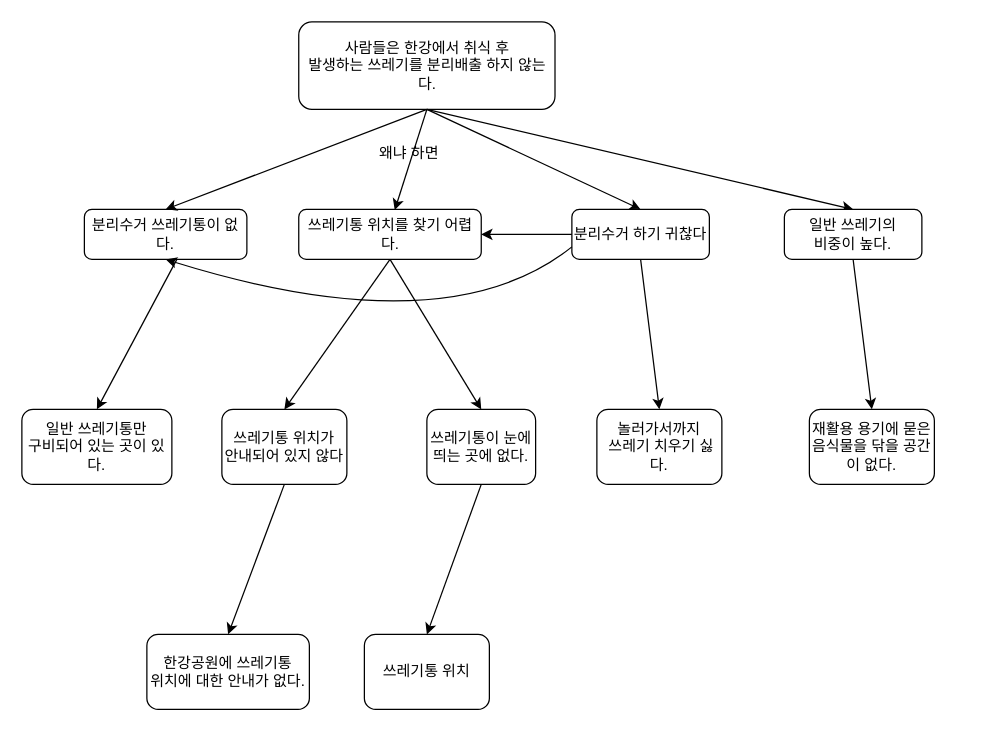
The draw.io diagram Untitled Diagram.drawio in shoeone96/QualitativeResearch, before the edit. Source tidied: cells renumbered, new cells numbered last; positions are measured from the earlier drawing's top-left corner, leaving out a move shared by most shapes. Both pictures are drawn from the tidied source at 125%, with x=0, y=0 at pixel (21, 21).
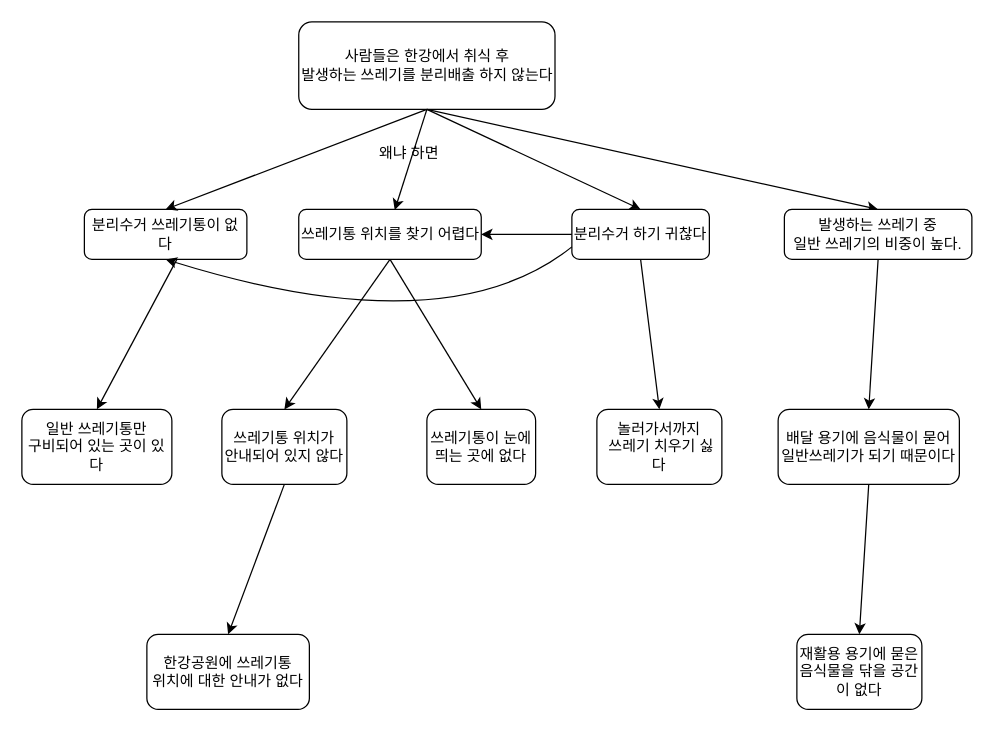
The same page after the edit.

The edit, as a diff of the source:
```diff
@@
-    <mxCell id="2" value="사람들은 한강에서 취식 후 &lt;br&gt;발생하는 쓰레기를 분리배출 하지 않는다." style="rounded=1;whiteSpace=wrap;html=1;fontSize=12;glass=0;strokeWidth=1;shadow=0;" parent="1" vertex="1">
+    <mxCell id="2" value="사람들은 한강에서 취식 후 &lt;br&gt;발생하는 쓰레기를 분리배출 하지 않는다" style="rounded=1;whiteSpace=wrap;html=1;fontSize=12;glass=0;strokeWidth=1;shadow=0;" parent="1" vertex="1">
       <mxGeometry x="221.5" width="205" height="70" as="geometry" />
     </mxCell>
-    <mxCell id="3" value="분리수거 쓰레기통이 없다." style="rounded=1;whiteSpace=wrap;html=1;fontSize=12;glass=0;strokeWidth=1;shadow=0;" parent="1" vertex="1">
+    <mxCell id="3" value="분리수거 쓰레기통이 없다" style="rounded=1;whiteSpace=wrap;html=1;fontSize=12;glass=0;strokeWidth=1;shadow=0;" parent="1" vertex="1">
       <mxGeometry x="50" y="150" width="130" height="40" as="geometry" />
     </mxCell>
-    <mxCell id="4" value="쓰레기통 위치를 찾기 어렵다." style="rounded=1;whiteSpace=wrap;html=1;fontSize=12;glass=0;strokeWidth=1;shadow=0;" parent="1" vertex="1">
+    <mxCell id="4" value="쓰레기통 위치를 찾기 어렵다" style="rounded=1;whiteSpace=wrap;html=1;fontSize=12;glass=0;strokeWidth=1;shadow=0;" parent="1" vertex="1">
       <mxGeometry x="221.5" y="150" width="146" height="40" as="geometry" />
     </mxCell>
@@
-    <mxCell id="12" value="쓰레기통이 눈에 띄는 곳에 없다." style="rounded=1;whiteSpace=wrap;html=1;" parent="1" vertex="1">
+    <mxCell id="12" value="쓰레기통이 눈에 띄는 곳에 없다" style="rounded=1;whiteSpace=wrap;html=1;" parent="1" vertex="1">
       <mxGeometry x="324" y="310" width="87" height="60" as="geometry" />
     </mxCell>
@@
-    <mxCell id="14" value="놀러가서까지&lt;br&gt;&amp;nbsp;쓰레기 치우기 싫다." style="rounded=1;whiteSpace=wrap;html=1;" parent="1" vertex="1">
+    <mxCell id="14" value="놀러가서까지&lt;br&gt;&amp;nbsp;쓰레기 치우기 싫다" style="rounded=1;whiteSpace=wrap;html=1;" parent="1" vertex="1">
       <mxGeometry x="460" y="310" width="100" height="60" as="geometry" />
     </mxCell>
@@
-    <mxCell id="18" value="일반 쓰레기통만 &lt;br&gt;구비되어 있는 곳이 있다." style="rounded=1;whiteSpace=wrap;html=1;" parent="1" vertex="1">
+    <mxCell id="18" value="일반 쓰레기통만 &lt;br&gt;구비되어 있는 곳이 있다" style="rounded=1;whiteSpace=wrap;html=1;" parent="1" vertex="1">
       <mxGeometry y="310" width="120" height="60" as="geometry" />
     </mxCell>
@@
-    <mxCell id="21" value="일반 쓰레기의 &lt;br&gt;비중이 높다." style="rounded=1;whiteSpace=wrap;html=1;fontSize=12;glass=0;strokeWidth=1;shadow=0;" parent="1" vertex="1">
-      <mxGeometry x="610" y="150" width="110" height="40" as="geometry" />
+    <mxCell id="21" value="발생하는 쓰레기 중 &lt;br&gt;일반 쓰레기의 비중이 높다." style="rounded=1;whiteSpace=wrap;html=1;fontSize=12;glass=0;strokeWidth=1;shadow=0;" parent="1" vertex="1">
+      <mxGeometry x="610" y="150" width="150" height="40" as="geometry" />
     </mxCell>
-    <mxCell id="22" style="endArrow=classic;html=1;rounded=0;entryX=0.5;entryY=0;entryDx=0;entryDy=0;exitX=0.5;exitY=1;exitDx=0;exitDy=0;" parent="1" edge="1" target="23">
-      <mxGeometry relative="1" as="geometry">
-        <mxPoint x="665" y="190" as="sourcePoint" />
-      </mxGeometry>
+    <mxCell id="22" style="endArrow=classic;html=1;rounded=0;exitX=0.5;exitY=1;exitDx=0;exitDy=0;entryX=0.5;entryY=0;entryDx=0;entryDy=0;" parent="1" edge="1" source="21" target="28">
+      <mxGeometry relative="1" as="geometry" />
     </mxCell>
-    <mxCell id="23" value="재활용 용기에 묻은 음식물을 닦을 공간이 없다." style="rounded=1;whiteSpace=wrap;html=1;" parent="1" vertex="1">
-      <mxGeometry x="630" y="310" width="100" height="60" as="geometry" />
+    <mxCell id="23" value="재활용 용기에 묻은 음식물을 닦을 공간이 없다" style="rounded=1;whiteSpace=wrap;html=1;" parent="1" vertex="1">
+      <mxGeometry x="620" y="490" width="100" height="60" as="geometry" />
     </mxCell>
@@
-    <mxCell id="25" value="한강공원에 쓰레기통 &lt;br&gt;위치에 대한 안내가 없다." style="rounded=1;whiteSpace=wrap;html=1;" parent="1" vertex="1">
+    <mxCell id="25" value="한강공원에 쓰레기통 &lt;br&gt;위치에 대한 안내가 없다" style="rounded=1;whiteSpace=wrap;html=1;" parent="1" vertex="1">
       <mxGeometry x="100" y="490" width="130" height="60" as="geometry" />
     </mxCell>
-    <mxCell id="26" style="endArrow=classic;html=1;rounded=0;exitX=0.5;exitY=1;exitDx=0;exitDy=0;" parent="1" edge="1" source="12">
-      <mxGeometry relative="1" as="geometry">
-        <mxPoint x="324" y="490" as="targetPoint" />
-      </mxGeometry>
-    </mxCell>
-    <mxCell id="27" value="쓰레기통 위치" style="rounded=1;whiteSpace=wrap;html=1;" parent="1" vertex="1">
-      <mxGeometry x="274" y="490" width="100" height="60" as="geometry" />
-    </mxCell>
+    <mxCell id="28" value="배달 용기에 음식물이 묻어 &lt;br&gt;일반쓰레기가 되기 때문이다" style="rounded=1;whiteSpace=wrap;html=1;" parent="1" vertex="1">
+      <mxGeometry x="605" y="310" width="145" height="60" as="geometry" />
+    </mxCell>
+    <mxCell id="29" style="endArrow=classic;html=1;rounded=0;exitX=0.5;exitY=1;exitDx=0;exitDy=0;entryX=0.5;entryY=0;entryDx=0;entryDy=0;" parent="1" edge="1" source="28" target="23">
+      <mxGeometry relative="1" as="geometry" />
+    </mxCell>
```
